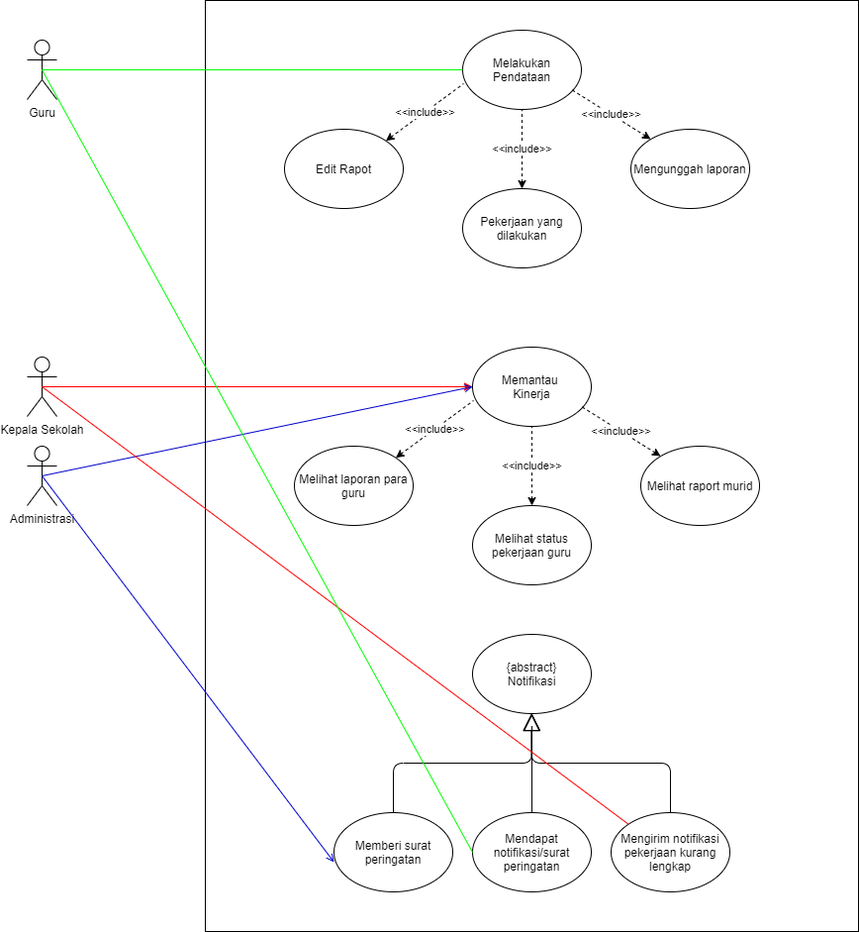
Before: berkas/dokumentasi_IMoSy/use_case.png, a diagram exported from draw.io (rahayuningh/Portal-Kepsek). Source tidied: cells renumbered, new cells last; positions are measured from the earlier drawing's top-left corner, leaving out a move shared by most shapes.
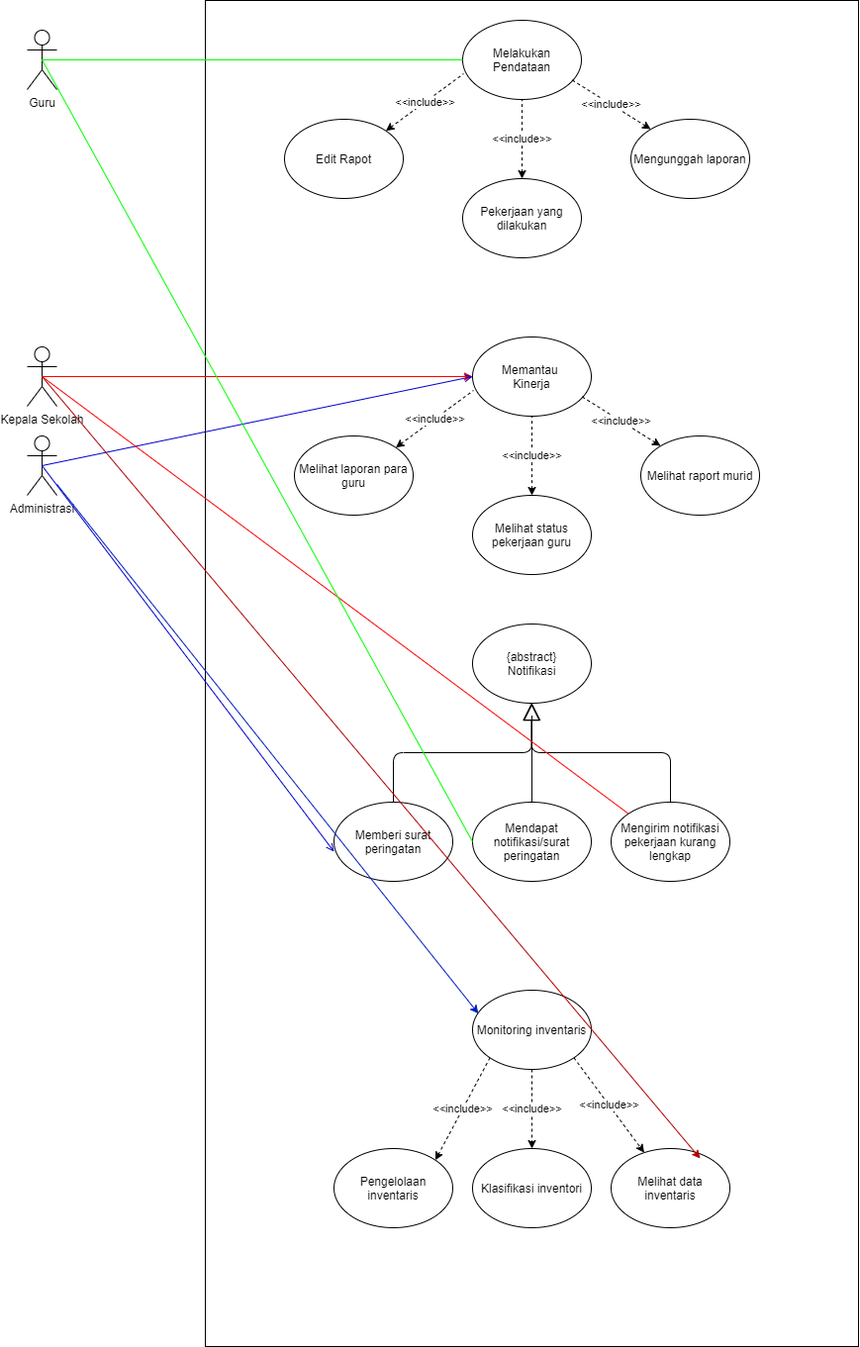
Above is the later version.

The edit, as a diff of the source:
```diff
@@ -3,7 +3,7 @@
     <mxCell id="0" />
     <mxCell id="1" parent="0" />
     <mxCell id="2" style="rounded=0;whiteSpace=wrap;html=1;" parent="1" vertex="1">
-      <mxGeometry x="180" width="660" height="940" as="geometry" />
+      <mxGeometry x="180" y="10" width="660" height="1360" as="geometry" />
     </mxCell>
     <mxCell id="3" value="Guru" style="shape=umlActor;verticalLabelPosition=bottom;labelBackgroundColor=#ffffff;verticalAlign=top;html=1;outlineConnect=0;" parent="1" vertex="1">
       <mxGeometry y="40" width="30" height="60" as="geometry" />
@@ -122,5 +122,32 @@
     <mxCell id="32" style="endArrow=none;html=1;entryX=0;entryY=0.5;entryDx=0;entryDy=0;strokeColor=#00FF00;exitX=0.5;exitY=0.5;exitDx=0;exitDy=0;exitPerimeter=0;" parent="1" edge="1" source="3" target="30">
       <mxGeometry relative="1" as="geometry" />
     </mxCell>
+    <mxCell id="33" value="Monitoring inventaris" style="ellipse;whiteSpace=wrap;html=1;" parent="1" vertex="1">
+      <mxGeometry x="450" y="1010" width="120" height="80" as="geometry" />
+    </mxCell>
+    <mxCell id="34" value="Pengelolaan inventaris" style="ellipse;whiteSpace=wrap;html=1;" parent="1" vertex="1">
+      <mxGeometry x="310" y="1170" width="120" height="80" as="geometry" />
+    </mxCell>
+    <mxCell id="35" value="Klasifikasi inventori" style="ellipse;whiteSpace=wrap;html=1;" parent="1" vertex="1">
+      <mxGeometry x="450" y="1170" width="120" height="80" as="geometry" />
+    </mxCell>
+    <mxCell id="36" value="Melihat data inventaris" style="ellipse;whiteSpace=wrap;html=1;" parent="1" vertex="1">
+      <mxGeometry x="590" y="1170" width="120" height="80" as="geometry" />
+    </mxCell>
+    <mxCell id="37" value="&amp;lt;&amp;lt;include&amp;gt;&amp;gt;" style="endArrow=classic;html=1;exitX=0;exitY=1;exitDx=0;exitDy=0;entryX=1;entryY=0;entryDx=0;entryDy=0;dashed=1;" parent="1" edge="1" source="33" target="34">
+      <mxGeometry relative="1" as="geometry" />
+    </mxCell>
+    <mxCell id="38" value="&amp;lt;&amp;lt;include&amp;gt;&amp;gt;" style="endArrow=classic;html=1;dashed=1;exitX=0.5;exitY=1;exitDx=0;exitDy=0;entryX=0.5;entryY=0;entryDx=0;entryDy=0;" parent="1" edge="1" source="33" target="35">
+      <mxGeometry relative="1" as="geometry" />
+    </mxCell>
+    <mxCell id="39" value="&amp;lt;&amp;lt;include&amp;gt;&amp;gt;" style="endArrow=classic;html=1;dashed=1;exitX=1;exitY=1;exitDx=0;exitDy=0;" parent="1" edge="1" source="33" target="36">
+      <mxGeometry relative="1" as="geometry" />
+    </mxCell>
+    <mxCell id="40" style="endArrow=classic;html=1;entryX=0.049;entryY=0.295;entryDx=0;entryDy=0;entryPerimeter=0;fillColor=#0050ef;strokeColor=#001DBC;" parent="1" edge="1" source="21" target="33">
+      <mxGeometry relative="1" as="geometry" />
+    </mxCell>
+    <mxCell id="41" style="endArrow=classic;html=1;entryX=0.75;entryY=0.125;entryDx=0;entryDy=0;entryPerimeter=0;fillColor=#e51400;strokeColor=#B20000;exitX=0.5;exitY=0.5;exitDx=0;exitDy=0;exitPerimeter=0;" parent="1" edge="1" source="12" target="36">
+      <mxGeometry relative="1" as="geometry" />
+    </mxCell>
   </root>
 </mxGraphModel>
```
